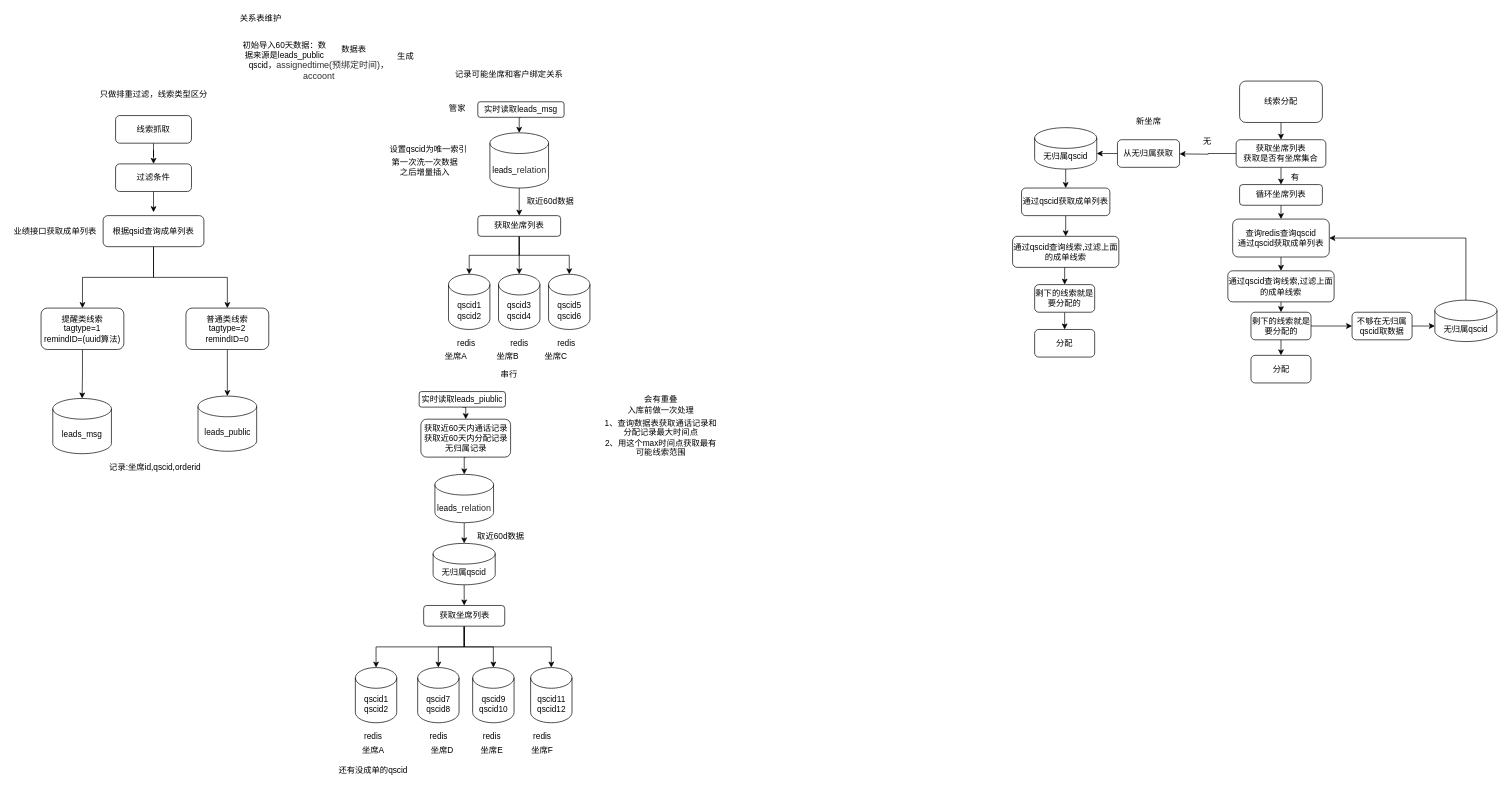
Earlier version of the draw.io diagram 需求方案.drawio (jilinhao/test). Source tidied: cells renumbered, new cells numbered last; positions are measured from the earlier drawing's top-left corner, leaving out a move shared by most shapes. Both pictures are drawn from the tidied source at 69%, with x=0, y=0 at pixel (12, 12).
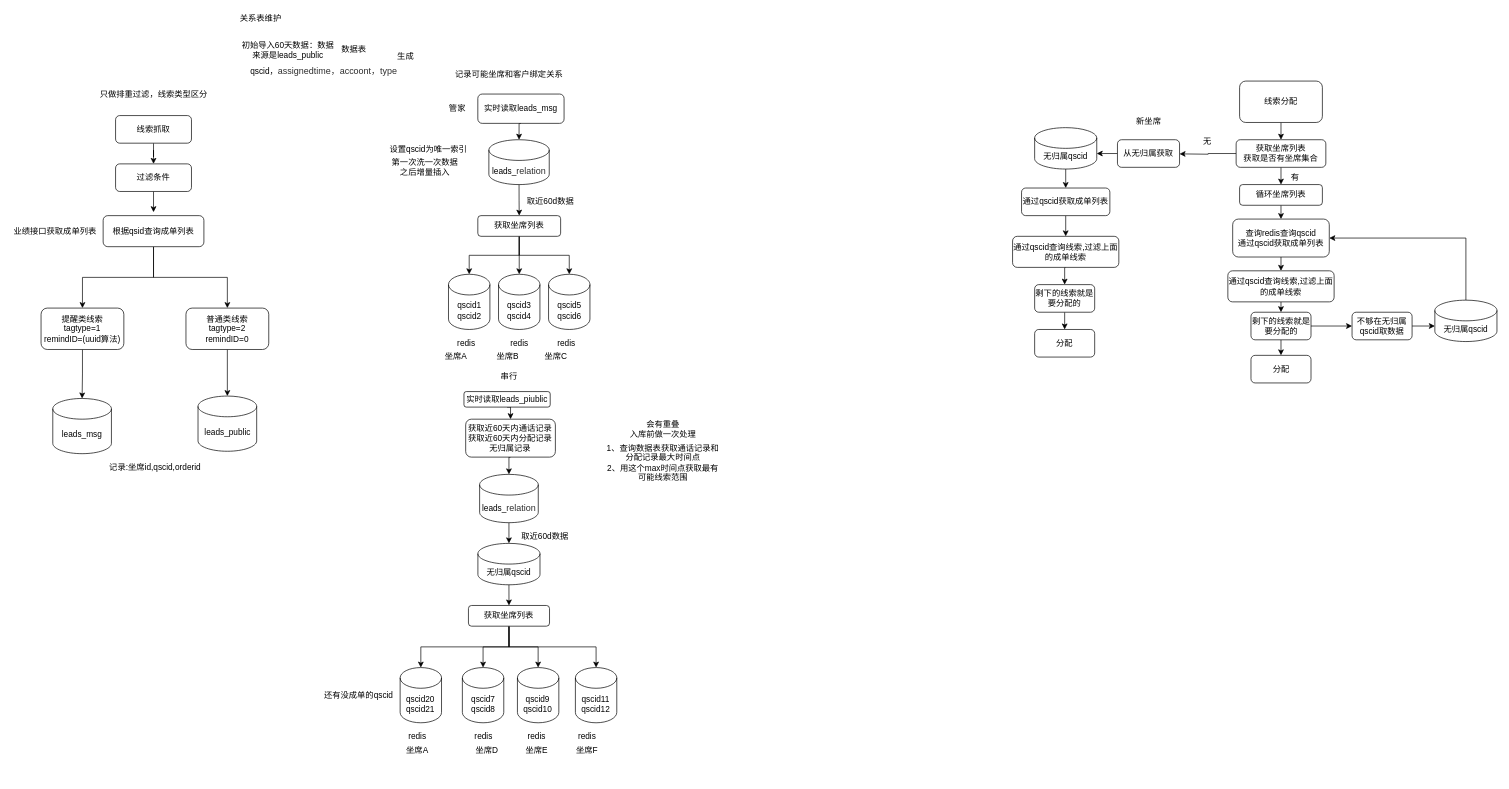
After the change.

What changed in the source:
```diff
@@
-    <mxCell id="6" value="qscid，&lt;span style=&quot;color: rgb(46 , 46 , 46) ; font-family: &amp;#34;hei&amp;#34; ; font-size: 13px&quot;&gt;assignedtime(预绑定时间)，accoont&lt;/span&gt;" style="text;html=1;strokeColor=none;fillColor=none;align=center;verticalAlign=middle;whiteSpace=wrap;rounded=0;" parent="1" vertex="1">
-      <mxGeometry x="320" y="80" width="250" height="10" as="geometry" />
+    <mxCell id="6" value="qscid，&lt;span style=&quot;color: rgb(46 , 46 , 46) ; font-family: &amp;#34;hei&amp;#34; ; font-size: 13px&quot;&gt;assignedtime，accoont，type&lt;/span&gt;" style="text;html=1;strokeColor=none;fillColor=none;align=center;verticalAlign=middle;whiteSpace=wrap;rounded=0;" parent="1" vertex="1">
+      <mxGeometry x="306.5" y="80" width="290" height="10" as="geometry" />
     </mxCell>
     <mxCell id="7" value="初始导入60天数据：数据来源是leads_public" style="text;html=1;strokeColor=none;fillColor=none;align=center;verticalAlign=middle;whiteSpace=wrap;rounded=0;" parent="1" vertex="1">
-      <mxGeometry x="330" y="50" width="130" height="10" as="geometry" />
+      <mxGeometry x="330" y="50" width="140" height="10" as="geometry" />
     </mxCell>
@@
     <mxCell id="23" value="实时读取&lt;span&gt;leads_msg&lt;/span&gt;" style="rounded=1;whiteSpace=wrap;html=1;" parent="1" vertex="1">
-      <mxGeometry x="675" y="130" width="125" height="22.5" as="geometry" />
+      <mxGeometry x="675" y="118.8" width="125" height="42.5" as="geometry" />
     </mxCell>
@@
     <mxCell id="26" value="实时读取&lt;span&gt;leads_piublic&lt;/span&gt;" style="rounded=1;whiteSpace=wrap;html=1;" parent="1" vertex="1">
-      <mxGeometry x="590" y="550" width="125" height="22.5" as="geometry" />
+      <mxGeometry x="654.9" y="550" width="125" height="22.5" as="geometry" />
     </mxCell>
@@
     <mxCell id="30" value="leads_&lt;span style=&quot;color: rgb(46 , 46 , 46) ; font-family: &amp;#34;hei&amp;#34; ; font-size: 13px&quot;&gt;relation&lt;/span&gt;" style="shape=cylinder3;whiteSpace=wrap;html=1;boundedLbl=1;backgroundOutline=1;size=15;" parent="1" vertex="1">
-      <mxGeometry x="692.5" y="175" width="85" height="80" as="geometry" />
+      <mxGeometry x="691" y="185" width="87.5" height="65" as="geometry" />
     </mxCell>
@@
     <mxCell id="33" value="获取近60天内通话记录&lt;br&gt;获取近60天内分配记录&lt;br&gt;无归属记录" style="rounded=1;whiteSpace=wrap;html=1;" parent="1" vertex="1">
-      <mxGeometry x="592.5" y="590" width="130" height="55" as="geometry" />
+      <mxGeometry x="657.4" y="590" width="130" height="55" as="geometry" />
     </mxCell>
@@
     <mxCell id="35" value="leads_&lt;span style=&quot;color: rgb(46 , 46 , 46) ; font-family: &amp;#34;hei&amp;#34; ; font-size: 13px&quot;&gt;relation&lt;/span&gt;" style="shape=cylinder3;whiteSpace=wrap;html=1;boundedLbl=1;backgroundOutline=1;size=15;" parent="1" vertex="1">
-      <mxGeometry x="612.8" y="670" width="85" height="70" as="geometry" />
+      <mxGeometry x="677.6" y="670" width="85" height="70" as="geometry" />
     </mxCell>
@@
     <mxCell id="51" value="获取坐席列表" style="rounded=1;whiteSpace=wrap;html=1;" parent="1" vertex="1">
-      <mxGeometry x="596.5" y="860" width="117.5" height="30" as="geometry" />
+      <mxGeometry x="661.4" y="860" width="117.5" height="30" as="geometry" />
     </mxCell>
     <mxCell id="52" value="&lt;span&gt;qscid7&lt;/span&gt;&lt;br&gt;&lt;span&gt;qscid8&lt;/span&gt;" style="shape=cylinder3;whiteSpace=wrap;html=1;boundedLbl=1;backgroundOutline=1;size=15;" parent="1" vertex="1">
-      <mxGeometry x="587.8" y="950" width="60" height="80" as="geometry" />
+      <mxGeometry x="652.6" y="950" width="60" height="80" as="geometry" />
     </mxCell>
     <mxCell id="53" value="&lt;span&gt;qscid9&lt;/span&gt;&lt;br&gt;&lt;span&gt;qscid10&lt;/span&gt;" style="shape=cylinder3;whiteSpace=wrap;html=1;boundedLbl=1;backgroundOutline=1;size=15;" parent="1" vertex="1">
-      <mxGeometry x="667.5" y="950" width="60" height="80" as="geometry" />
+      <mxGeometry x="732.4" y="950" width="60" height="80" as="geometry" />
     </mxCell>
     <mxCell id="54" value="&lt;span&gt;qscid11&lt;/span&gt;&lt;br&gt;&lt;span&gt;qscid12&lt;/span&gt;" style="shape=cylinder3;whiteSpace=wrap;html=1;boundedLbl=1;backgroundOutline=1;size=15;" parent="1" vertex="1">
-      <mxGeometry x="751.5" y="950" width="60" height="80" as="geometry" />
+      <mxGeometry x="816.4" y="950" width="60" height="80" as="geometry" />
     </mxCell>
@@
     <mxCell id="60" value="redis" style="text;html=1;align=center;verticalAlign=middle;" parent="1" vertex="1">
-      <mxGeometry x="597.8" y="1040" width="40" height="20" as="geometry" />
+      <mxGeometry x="662.6" y="1040" width="40" height="20" as="geometry" />
     </mxCell>
     <mxCell id="61" value="redis" style="text;html=1;align=center;verticalAlign=middle;" parent="1" vertex="1">
-      <mxGeometry x="675.2" y="1040" width="40" height="20" as="geometry" />
+      <mxGeometry x="740.1" y="1040" width="40" height="20" as="geometry" />
     </mxCell>
     <mxCell id="62" value="redis" style="text;html=1;align=center;verticalAlign=middle;" parent="1" vertex="1">
-      <mxGeometry x="747.8" y="1040" width="40" height="20" as="geometry" />
+      <mxGeometry x="812.6" y="1040" width="40" height="20" as="geometry" />
     </mxCell>
@@
     <mxCell id="66" value="坐席D" style="text;html=1;align=center;verticalAlign=middle;" parent="1" vertex="1">
-      <mxGeometry x="597.8" y="1060" width="50" height="20" as="geometry" />
+      <mxGeometry x="662.6" y="1060" width="50" height="20" as="geometry" />
     </mxCell>
     <mxCell id="67" value="坐席E" style="text;html=1;align=center;verticalAlign=middle;" parent="1" vertex="1">
-      <mxGeometry x="670.2" y="1060" width="50" height="20" as="geometry" />
+      <mxGeometry x="735.1" y="1060" width="50" height="20" as="geometry" />
     </mxCell>
     <mxCell id="68" value="坐席F" style="text;html=1;align=center;verticalAlign=middle;" parent="1" vertex="1">
-      <mxGeometry x="742.8" y="1060" width="50" height="20" as="geometry" />
+      <mxGeometry x="807.6" y="1060" width="50" height="20" as="geometry" />
     </mxCell>
     <mxCell id="69" value="取近60d数据" style="text;html=1;align=center;verticalAlign=middle;" parent="1" vertex="1">
-      <mxGeometry x="667.5" y="750" width="80" height="20" as="geometry" />
+      <mxGeometry x="732.4" y="750" width="80" height="20" as="geometry" />
     </mxCell>
@@
     <mxCell id="74" value="会有重叠&lt;br&gt;入库前做一次处理" style="text;html=1;align=center;verticalAlign=middle;" parent="1" vertex="1">
-      <mxGeometry x="885" y="554" width="110" height="30" as="geometry" />
+      <mxGeometry x="887.6" y="590" width="110" height="30" as="geometry" />
     </mxCell>
     <mxCell id="75" value="1、查询数据表获取通话记录和&lt;br&gt;分配记录最大时间点&lt;br&gt;2、用这个max时间点获取最有&lt;br&gt;可能线索范围" style="text;html=1;align=center;verticalAlign=middle;" parent="1" vertex="1">
-      <mxGeometry x="850" y="586.5" width="180" height="60" as="geometry" />
+      <mxGeometry x="852.6" y="622.5" width="180" height="60" as="geometry" />
     </mxCell>
@@
     <mxCell id="84" value="无归属qscid" style="shape=cylinder3;whiteSpace=wrap;html=1;boundedLbl=1;backgroundOutline=1;size=15;" parent="1" vertex="1">
-      <mxGeometry x="610.2" y="770" width="90" height="60" as="geometry" />
+      <mxGeometry x="675.1" y="770" width="90" height="60" as="geometry" />
     </mxCell>
@@
     <mxCell id="103" value="串行" style="text;html=1;align=center;verticalAlign=middle;" parent="1" vertex="1">
-      <mxGeometry x="700" y="515" width="40" height="20" as="geometry" />
+      <mxGeometry x="700.2" y="517.5" width="40" height="20" as="geometry" />
     </mxCell>
-    <mxCell id="104" value="qscid1&lt;br&gt;qscid2" style="shape=cylinder3;whiteSpace=wrap;html=1;boundedLbl=1;backgroundOutline=1;size=15;" parent="1" vertex="1">
-      <mxGeometry x="497.5" y="950" width="60" height="80" as="geometry" />
+    <mxCell id="104" value="qscid20&lt;br&gt;qscid21" style="shape=cylinder3;whiteSpace=wrap;html=1;boundedLbl=1;backgroundOutline=1;size=15;" parent="1" vertex="1">
+      <mxGeometry x="562.4" y="950" width="60" height="80" as="geometry" />
     </mxCell>
     <mxCell id="105" value="redis" style="text;html=1;align=center;verticalAlign=middle;" parent="1" vertex="1">
-      <mxGeometry x="502.5" y="1040" width="40" height="20" as="geometry" />
+      <mxGeometry x="567.4" y="1040" width="40" height="20" as="geometry" />
     </mxCell>
     <mxCell id="106" value="坐席A" style="text;html=1;align=center;verticalAlign=middle;" parent="1" vertex="1">
-      <mxGeometry x="497.5" y="1060" width="50" height="20" as="geometry" />
+      <mxGeometry x="562.4" y="1060" width="50" height="20" as="geometry" />
     </mxCell>
     <mxCell id="107" value="还有没成单的qscid" style="text;html=1;align=center;verticalAlign=middle;" parent="1" vertex="1">
-      <mxGeometry x="462.5" y="1090" width="120" height="20" as="geometry" />
+      <mxGeometry x="442.4" y="980" width="120" height="20" as="geometry" />
     </mxCell>
```
